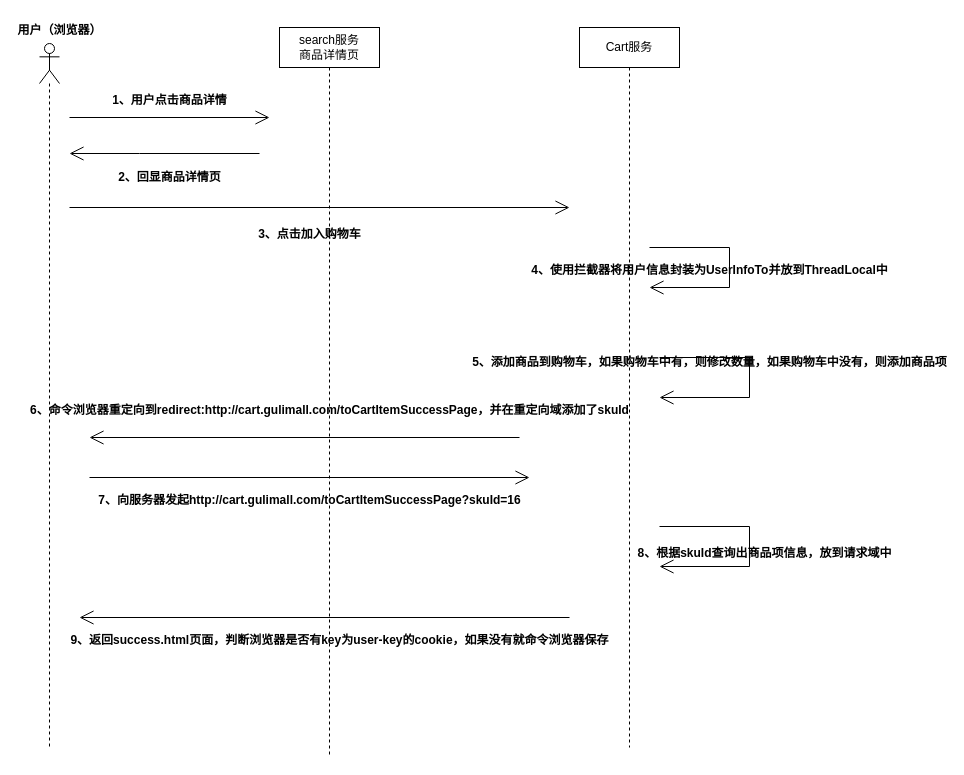
This is ShopBusiness/加入购物车.drawio from Chaimek/LearnPictures, a draw.io file, before an edit. Source tidied: cells renumbered, new cells numbered last; positions are measured from the earlier drawing's top-left corner, leaving out a move shared by most shapes. Both pictures are drawn from the tidied source at 100%, with x=0, y=0 at pixel (19, 17).
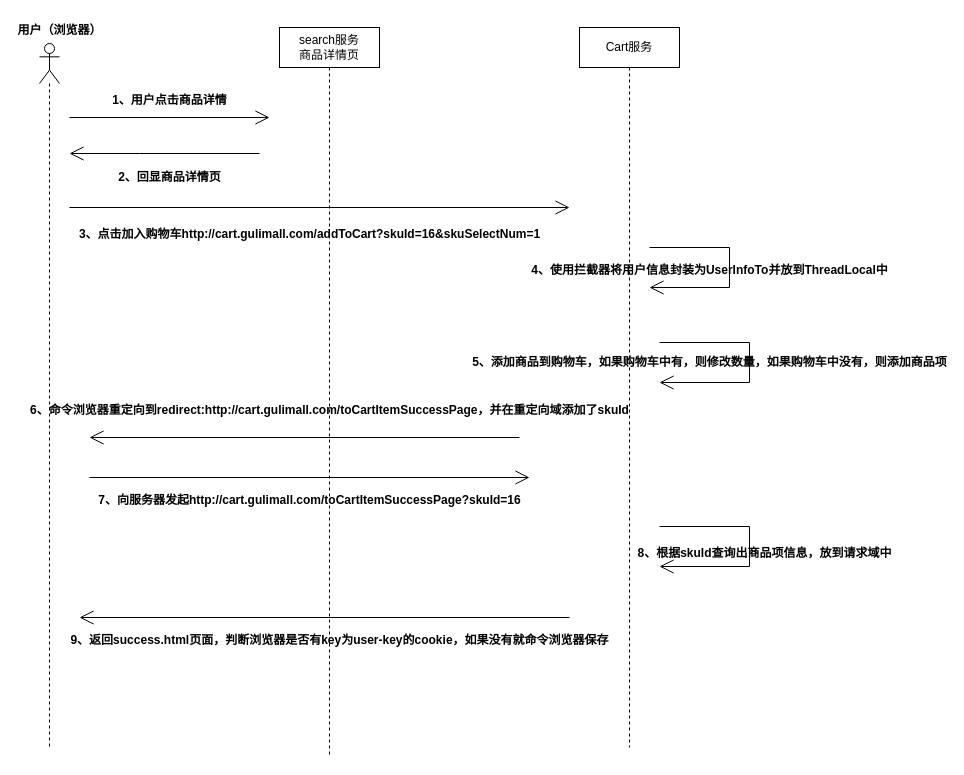
The same page after the edit.

Commit message (it also covers changes not shown here):
更新加入购物车.drawio

What changed in the source:
```diff
@@
-    <mxCell id="9" value="3、点击加入购物车" style="text;align=center;fontStyle=1;verticalAlign=middle;spacingLeft=3;spacingRight=3;strokeColor=none;html=1;" parent="1" vertex="1">
+    <mxCell id="9" value="3、点击加入购物车http://cart.gulimall.com/addToCart?skuId=16&amp;amp;skuSelectNum=1" style="text;align=center;fontStyle=1;verticalAlign=middle;spacingLeft=3;spacingRight=3;strokeColor=none;html=1;" parent="1" vertex="1">
       <mxGeometry x="250" y="204" width="80" height="26" as="geometry" />
     </mxCell>
@@
     <mxCell id="20" style="endArrow=open;endFill=1;endSize=12;html=1;rounded=0;" parent="1" edge="1">
       <mxGeometry relative="1" as="geometry">
-        <mxPoint x="640" y="340" as="sourcePoint" />
-        <mxPoint x="640" y="380" as="targetPoint" />
+        <mxPoint x="640" y="325" as="sourcePoint" />
+        <mxPoint x="640" y="365" as="targetPoint" />
         <Array as="points">
-          <mxPoint x="730" y="340" />
-          <mxPoint x="730" y="380" />
+          <mxPoint x="730" y="325" />
+          <mxPoint x="730" y="365" />
         </Array>
       </mxGeometry>
     </mxCell>
```
